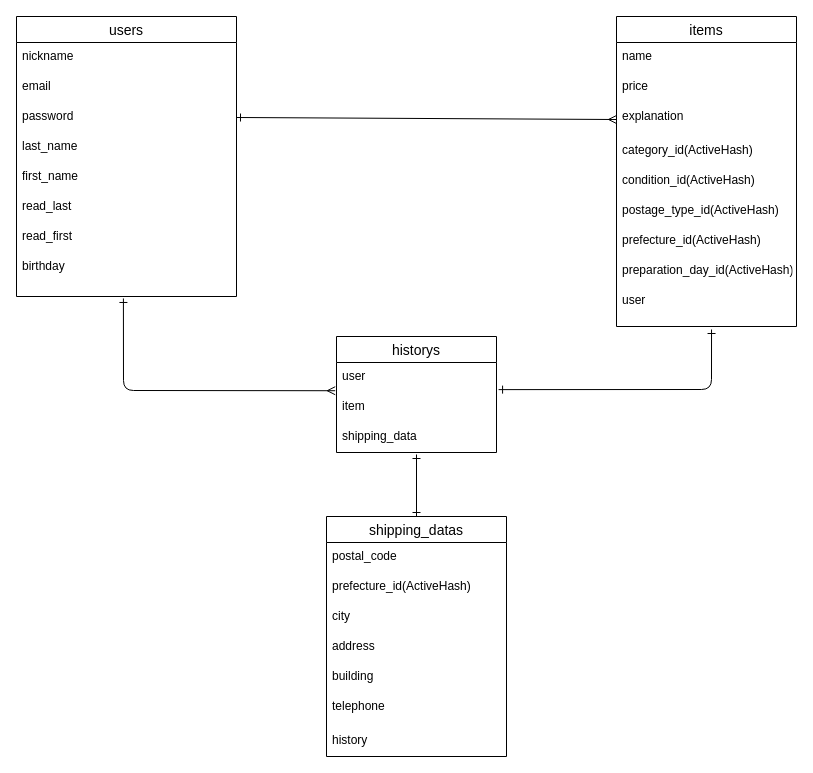
This is ER図.dio from Rie0531/furima-38589, a draw.io file, before an edit. Source tidied: cells renumbered, new cells numbered last; positions are measured from the earlier drawing's top-left corner, leaving out a move shared by most shapes. Both pictures are drawn from the tidied source at 100%, with x=0, y=0 at pixel (16, 16).
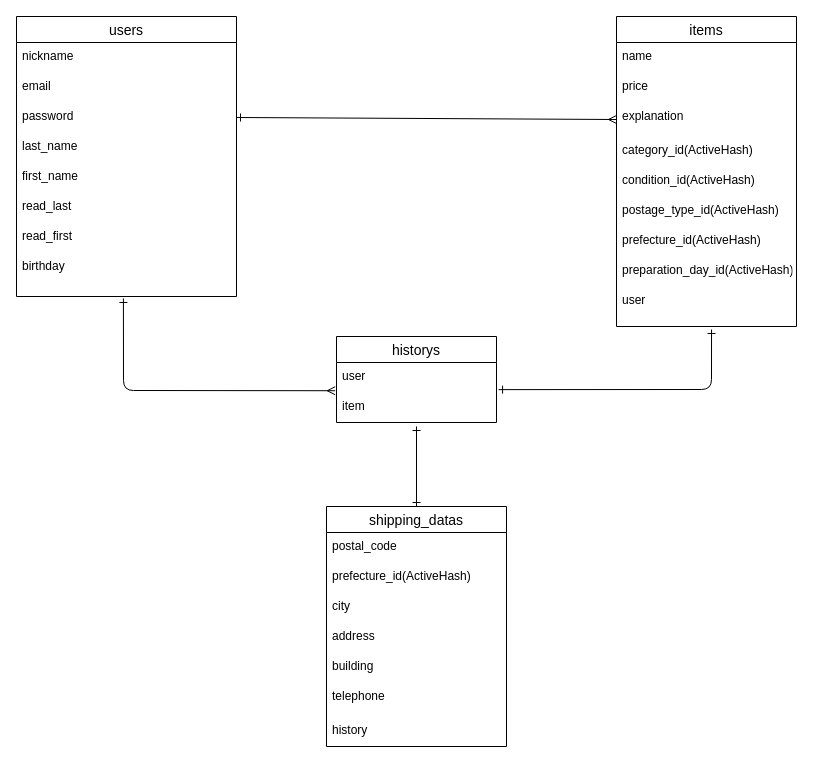
The same diagram, later.

Commit message (it also covers changes not shown here):
データベース設計の修正３

Change to the diagram source:
```diff
@@
-    <mxCell id="21" style="edgeStyle=none;html=1;exitX=0.5;exitY=0;exitDx=0;exitDy=0;entryX=0.5;entryY=1.067;entryDx=0;entryDy=0;entryPerimeter=0;startArrow=ERone;startFill=0;endArrow=ERone;endFill=0;" parent="1" edge="1" source="22" target="33">
-      <mxGeometry relative="1" as="geometry" />
+    <mxCell id="21" style="edgeStyle=none;html=1;exitX=0.5;exitY=0;exitDx=0;exitDy=0;startArrow=ERone;startFill=0;endArrow=ERone;endFill=0;" parent="1" edge="1" source="22">
+      <mxGeometry relative="1" as="geometry">
+        <mxPoint x="400" y="410" as="targetPoint" />
+      </mxGeometry>
     </mxCell>
     <mxCell id="22" value="shipping_datas" style="swimlane;fontStyle=0;horizontal=1;startSize=26;align=center;fontSize=14;" parent="1" vertex="1">
-      <mxGeometry x="310" y="500" width="180" height="240" as="geometry" />
+      <mxGeometry x="310" y="490" width="180" height="240" as="geometry" />
     </mxCell>
@@
     <mxCell id="30" value="historys" style="swimlane;fontStyle=0;horizontal=1;startSize=26;align=center;fontSize=14;" parent="1" vertex="1">
-      <mxGeometry x="320" y="320" width="160" height="116" as="geometry" />
+      <mxGeometry x="320" y="320" width="160" height="86" as="geometry" />
     </mxCell>
@@
-    <mxCell id="33" value="shipping_data" style="text;strokeColor=none;fillColor=none;spacingLeft=4;spacingRight=4;overflow=hidden;points=[[0,0.5],[1,0.5]];portConstraint=eastwest;fontSize=12;" parent="30" vertex="1">
-      <mxGeometry y="86" width="160" height="30" as="geometry" />
-    </mxCell>
```
